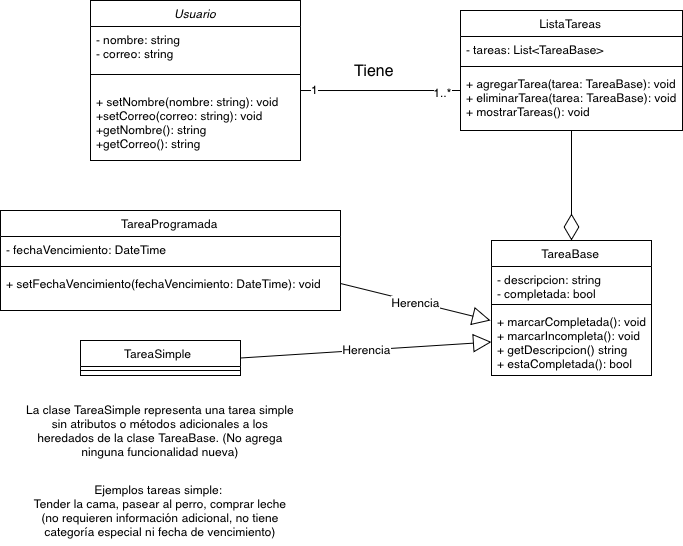
This is TC1030_Proyecto.png from A01712128/TC1030_PROYECTO, a draw.io export, as it was before one commit. Source tidied: cells renumbered, new cells last; positions are measured from the earlier drawing's top-left corner, leaving out a move shared by most shapes.
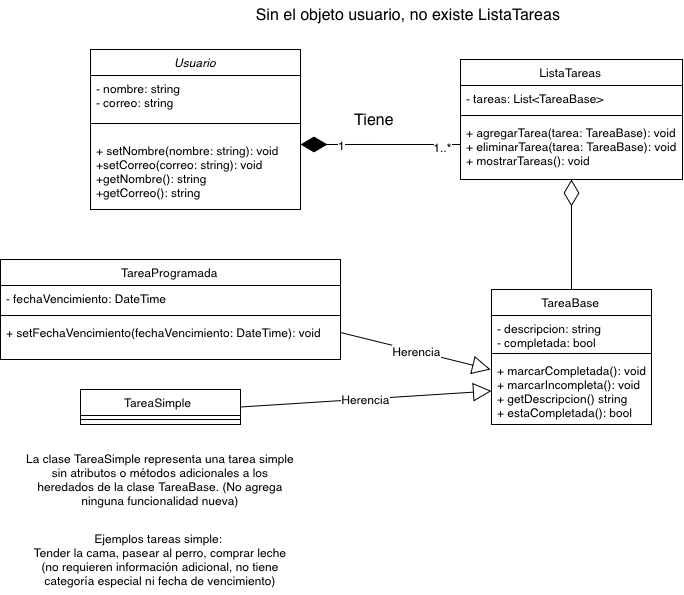
Later version of the same file.

The edit, as a diff of the source:
```diff
@@ -56,25 +56,9 @@
     <mxCell id="19" value="+ marcarCompletada(): void&#10;+ marcarIncompleta(): void&#10;+ getDescripcion() string&#10;+ estaCompletada(): bool" style="text;align=left;verticalAlign=top;spacingLeft=4;spacingRight=4;overflow=hidden;points=[[0,0.5],[1,0.5]];portConstraint=eastwest;" parent="16" vertex="1">
       <mxGeometry y="68" width="160" height="67" as="geometry" />
     </mxCell>
-    <mxCell id="20" style="endArrow=diamondThin;endFill=0;endSize=24;html=1;rounded=0;fontSize=12;curved=1;exitX=0.5;exitY=1;exitDx=0;exitDy=0;entryX=0.5;entryY=0;entryDx=0;entryDy=0;" parent="1" edge="1" source="10" target="16">
+    <mxCell id="20" style="endArrow=diamondThin;endFill=0;endSize=24;html=1;rounded=0;fontSize=12;curved=1;entryX=0.5;entryY=1;entryDx=0;entryDy=0;exitX=0.5;exitY=0;exitDx=0;exitDy=0;" parent="1" edge="1" source="16" target="10">
       <mxGeometry relative="1" as="geometry" />
     </mxCell>
-    <mxCell id="21" style="endArrow=none;html=1;edgeStyle=orthogonalEdgeStyle;rounded=0;fontSize=12;startSize=8;endSize=8;curved=1;exitX=1;exitY=0.028;exitDx=0;exitDy=0;exitPerimeter=0;" parent="1" edge="1" source="5">
-      <mxGeometry relative="1" as="geometry">
-        <mxPoint x="460" y="90" as="targetPoint" />
-        <Array as="points">
-          <mxPoint x="460" y="90" />
-        </Array>
-      </mxGeometry>
-    </mxCell>
-    <mxCell id="22" value="1" style="edgeLabel;html=1;align=center;verticalAlign=middle;fontSize=12;" parent="21" vertex="1">
-      <mxGeometry x="-0.83" y="2" relative="1" as="geometry" />
-    </mxCell>
-    <mxCell id="23" value="1..*" style="edgeLabel;html=1;align=center;verticalAlign=middle;fontSize=12;" parent="21" vertex="1">
-      <mxGeometry x="0.9" y="-1" relative="1" as="geometry">
-        <mxPoint x="-12" as="offset" />
-      </mxGeometry>
-    </mxCell>
     <mxCell id="24" value="Herencia" style="endArrow=block;endSize=16;endFill=0;html=1;rounded=0;fontSize=12;curved=1;exitX=1;exitY=0.5;exitDx=0;exitDy=0;entryX=-0.006;entryY=0.179;entryDx=0;entryDy=0;entryPerimeter=0;" parent="1" edge="1" source="9" target="19">
       <mxGeometry relative="1" as="geometry" />
     </mxCell>
@@ -90,5 +74,19 @@
     <mxCell id="28" value="Tiene" style="text;strokeColor=none;fillColor=none;html=1;align=center;verticalAlign=middle;whiteSpace=wrap;rounded=0;fontSize=16;" parent="1" vertex="1">
       <mxGeometry x="344" y="55" width="60" height="30" as="geometry" />
     </mxCell>
+    <mxCell id="29" style="endArrow=diamondThin;endFill=1;endSize=24;html=1;rounded=0;fontSize=12;curved=1;exitX=0;exitY=0.5;exitDx=0;exitDy=0;entryX=1;entryY=0.097;entryDx=0;entryDy=0;entryPerimeter=0;" parent="1" edge="1" source="13" target="5">
+      <mxGeometry relative="1" as="geometry" />
+    </mxCell>
+    <mxCell id="22" value="1" style="edgeLabel;html=1;align=center;verticalAlign=middle;fontSize=12;" parent="29" vertex="1">
+      <mxGeometry x="1" y="-1" relative="1" as="geometry">
+        <mxPoint x="40" y="1" as="offset" />
+      </mxGeometry>
+    </mxCell>
+    <mxCell id="23" value="1..*" style="edgeLabel;html=1;align=center;verticalAlign=middle;fontSize=12;" parent="29" vertex="1">
+      <mxGeometry x="-0.77" y="2" relative="1" as="geometry" />
+    </mxCell>
+    <mxCell id="30" value="Sin el objeto usuario, no existe ListaTareas" style="text;strokeColor=none;fillColor=none;html=1;align=center;verticalAlign=middle;whiteSpace=wrap;rounded=0;fontSize=16;" parent="1" vertex="1">
+      <mxGeometry x="230" y="-50" width="356" height="30" as="geometry" />
+    </mxCell>
   </root>
 </mxGraphModel>
```
